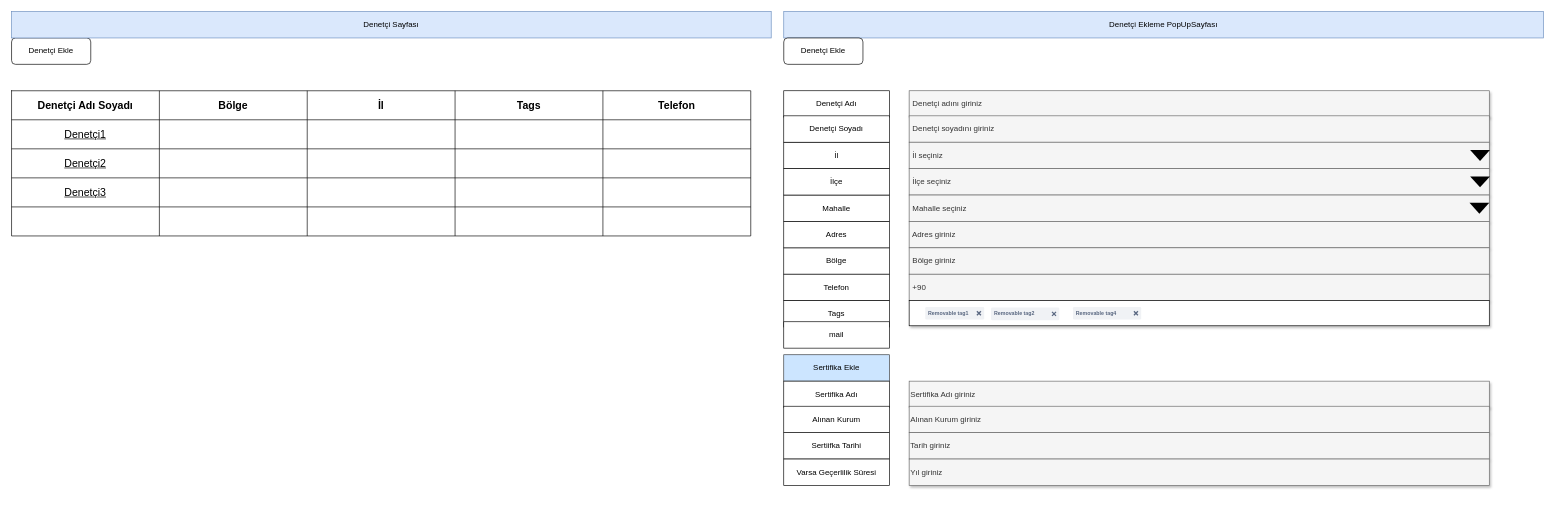
Above: page "Denetçi" (2 of 4) of Defining Pages.drawio in baydioglu/draw.io (draw.io), before the change. Source tidied: cells renumbered, new cells numbered last; positions are measured from the earlier drawing's top-left corner, leaving out a move shared by most shapes. Both pictures are drawn from the tidied source at 66%, with x=0, y=0 at pixel (11, 11). Pictures stored in the file or linked from it are replaced by grey dashed boxes.
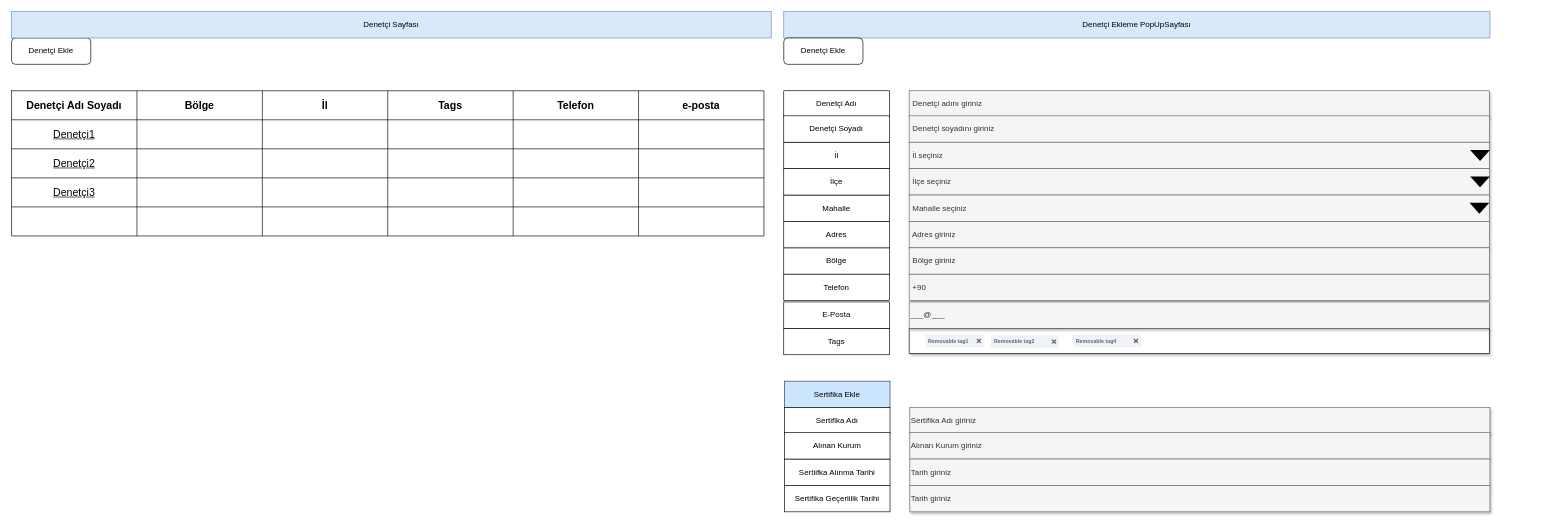
The same diagram, later.

Diff of the diagram source:
```diff
@@
     <mxCell id="4" style="shape=table;startSize=0;childLayout=tableLayout;fontSize=16;" parent="1" vertex="1">
-      <mxGeometry y="120" width="1120" height="220" as="geometry" />
+      <mxGeometry y="120" width="1140" height="220" as="geometry" />
     </mxCell>
     <mxCell id="5" style="shape=tableRow;horizontal=0;startSize=0;swimlaneHead=0;swimlaneBody=0;strokeColor=inherit;top=0;left=0;bottom=0;right=0;fillColor=none;fontSize=16;" parent="4" vertex="1">
-      <mxGeometry width="1120" height="44" as="geometry" />
+      <mxGeometry width="1140" height="44" as="geometry" />
     </mxCell>
     <mxCell id="6" value="Denetçi Adı Soyadı" style="shape=partialRectangle;html=1;whiteSpace=wrap;strokeColor=inherit;overflow=hidden;fillColor=none;top=0;left=0;bottom=0;right=0;fontSize=16;fontStyle=1;" parent="5" vertex="1">
-      <mxGeometry width="224" height="44" as="geometry" />
+      <mxGeometry width="190" height="44" as="geometry" />
     </mxCell>
     <mxCell id="7" value="Bölge" style="shape=partialRectangle;html=1;whiteSpace=wrap;strokeColor=inherit;overflow=hidden;fillColor=none;top=0;left=0;bottom=0;right=0;fontSize=16;fontStyle=1;" parent="5" vertex="1">
-      <mxGeometry x="224" width="224" height="44" as="geometry" />
+      <mxGeometry x="190" width="190" height="44" as="geometry" />
     </mxCell>
     <mxCell id="8" value="İl" style="shape=partialRectangle;html=1;whiteSpace=wrap;strokeColor=inherit;overflow=hidden;fillColor=none;top=0;left=0;bottom=0;right=0;fontSize=16;fontStyle=1;" parent="5" vertex="1">
-      <mxGeometry x="448" width="224" height="44" as="geometry" />
+      <mxGeometry x="380" width="190" height="44" as="geometry" />
     </mxCell>
     <mxCell id="9" value="Tags" style="shape=partialRectangle;html=1;whiteSpace=wrap;strokeColor=inherit;overflow=hidden;fillColor=none;top=0;left=0;bottom=0;right=0;fontSize=16;fontStyle=1;" parent="5" vertex="1">
-      <mxGeometry x="672" width="224" height="44" as="geometry" />
+      <mxGeometry x="570" width="190" height="44" as="geometry" />
     </mxCell>
     <mxCell id="10" value="Telefon" style="shape=partialRectangle;html=1;whiteSpace=wrap;strokeColor=inherit;overflow=hidden;fillColor=none;top=0;left=0;bottom=0;right=0;fontSize=16;fontStyle=1;" parent="5" vertex="1">
-      <mxGeometry x="896" width="224" height="44" as="geometry" />
+      <mxGeometry x="760" width="190" height="44" as="geometry" />
     </mxCell>
+    <mxCell id="77" value="e-posta" style="shape=partialRectangle;html=1;whiteSpace=wrap;strokeColor=inherit;overflow=hidden;fillColor=none;top=0;left=0;bottom=0;right=0;fontSize=16;fontStyle=1;" parent="5" vertex="1">
+      <mxGeometry x="950" width="190" height="44" as="geometry" />
+    </mxCell>
     <mxCell id="11" style="shape=tableRow;horizontal=0;startSize=0;swimlaneHead=0;swimlaneBody=0;strokeColor=inherit;top=0;left=0;bottom=0;right=0;fillColor=none;fontSize=16;" parent="4" vertex="1">
-      <mxGeometry y="44" width="1120" height="44" as="geometry" />
+      <mxGeometry y="44" width="1140" height="44" as="geometry" />
     </mxCell>
     <mxCell id="12" value="Denetçi1" style="shape=partialRectangle;html=1;whiteSpace=wrap;strokeColor=inherit;overflow=hidden;fillColor=none;top=0;left=0;bottom=0;right=0;fontSize=16;fontStyle=4;" parent="11" vertex="1">
-      <mxGeometry width="224" height="44" as="geometry" />
+      <mxGeometry width="190" height="44" as="geometry" />
     </mxCell>
     <mxCell id="13" style="shape=partialRectangle;html=1;whiteSpace=wrap;strokeColor=inherit;overflow=hidden;fillColor=none;top=0;left=0;bottom=0;right=0;fontSize=16;" parent="11" vertex="1">
-      <mxGeometry x="224" width="224" height="44" as="geometry" />
+      <mxGeometry x="190" width="190" height="44" as="geometry" />
     </mxCell>
     <mxCell id="14" style="shape=partialRectangle;html=1;whiteSpace=wrap;strokeColor=inherit;overflow=hidden;fillColor=none;top=0;left=0;bottom=0;right=0;fontSize=16;" parent="11" vertex="1">
-      <mxGeometry x="448" width="224" height="44" as="geometry" />
+      <mxGeometry x="380" width="190" height="44" as="geometry" />
     </mxCell>
     <mxCell id="15" style="shape=partialRectangle;html=1;whiteSpace=wrap;strokeColor=inherit;overflow=hidden;fillColor=none;top=0;left=0;bottom=0;right=0;fontSize=16;" parent="11" vertex="1">
-      <mxGeometry x="672" width="224" height="44" as="geometry" />
+      <mxGeometry x="570" width="190" height="44" as="geometry" />
     </mxCell>
     <mxCell id="16" style="shape=partialRectangle;html=1;whiteSpace=wrap;strokeColor=inherit;overflow=hidden;fillColor=none;top=0;left=0;bottom=0;right=0;fontSize=16;" parent="11" vertex="1">
-      <mxGeometry x="896" width="224" height="44" as="geometry" />
+      <mxGeometry x="760" width="190" height="44" as="geometry" />
     </mxCell>
+    <mxCell id="78" style="shape=partialRectangle;html=1;whiteSpace=wrap;strokeColor=inherit;overflow=hidden;fillColor=none;top=0;left=0;bottom=0;right=0;fontSize=16;" parent="11" vertex="1">
+      <mxGeometry x="950" width="190" height="44" as="geometry" />
+    </mxCell>
     <mxCell id="17" style="shape=tableRow;horizontal=0;startSize=0;swimlaneHead=0;swimlaneBody=0;strokeColor=inherit;top=0;left=0;bottom=0;right=0;fillColor=none;fontSize=16;" parent="4" vertex="1">
-      <mxGeometry y="88" width="1120" height="44" as="geometry" />
+      <mxGeometry y="88" width="1140" height="44" as="geometry" />
     </mxCell>
     <mxCell id="18" value="Denetçi2" style="shape=partialRectangle;html=1;whiteSpace=wrap;strokeColor=inherit;overflow=hidden;fillColor=none;top=0;left=0;bottom=0;right=0;fontSize=16;fontStyle=4;" parent="17" vertex="1">
-      <mxGeometry width="224" height="44" as="geometry" />
+      <mxGeometry width="190" height="44" as="geometry" />
     </mxCell>
     <mxCell id="19" style="shape=partialRectangle;html=1;whiteSpace=wrap;strokeColor=inherit;overflow=hidden;fillColor=none;top=0;left=0;bottom=0;right=0;fontSize=16;" parent="17" vertex="1">
-      <mxGeometry x="224" width="224" height="44" as="geometry" />
+      <mxGeometry x="190" width="190" height="44" as="geometry" />
     </mxCell>
     <mxCell id="20" style="shape=partialRectangle;html=1;whiteSpace=wrap;strokeColor=inherit;overflow=hidden;fillColor=none;top=0;left=0;bottom=0;right=0;fontSize=16;" parent="17" vertex="1">
-      <mxGeometry x="448" width="224" height="44" as="geometry" />
+      <mxGeometry x="380" width="190" height="44" as="geometry" />
     </mxCell>
     <mxCell id="21" style="shape=partialRectangle;html=1;whiteSpace=wrap;strokeColor=inherit;overflow=hidden;fillColor=none;top=0;left=0;bottom=0;right=0;fontSize=16;" parent="17" vertex="1">
-      <mxGeometry x="672" width="224" height="44" as="geometry" />
+      <mxGeometry x="570" width="190" height="44" as="geometry" />
     </mxCell>
     <mxCell id="22" style="shape=partialRectangle;html=1;whiteSpace=wrap;strokeColor=inherit;overflow=hidden;fillColor=none;top=0;left=0;bottom=0;right=0;fontSize=16;" parent="17" vertex="1">
-      <mxGeometry x="896" width="224" height="44" as="geometry" />
+      <mxGeometry x="760" width="190" height="44" as="geometry" />
     </mxCell>
+    <mxCell id="79" style="shape=partialRectangle;html=1;whiteSpace=wrap;strokeColor=inherit;overflow=hidden;fillColor=none;top=0;left=0;bottom=0;right=0;fontSize=16;" parent="17" vertex="1">
+      <mxGeometry x="950" width="190" height="44" as="geometry" />
+    </mxCell>
     <mxCell id="23" style="shape=tableRow;horizontal=0;startSize=0;swimlaneHead=0;swimlaneBody=0;strokeColor=inherit;top=0;left=0;bottom=0;right=0;fillColor=none;fontSize=16;" parent="4" vertex="1">
-      <mxGeometry y="132" width="1120" height="44" as="geometry" />
+      <mxGeometry y="132" width="1140" height="44" as="geometry" />
     </mxCell>
     <mxCell id="24" value="Denetçi3" style="shape=partialRectangle;html=1;whiteSpace=wrap;strokeColor=inherit;overflow=hidden;fillColor=none;top=0;left=0;bottom=0;right=0;fontSize=16;fontStyle=4;" parent="23" vertex="1">
-      <mxGeometry width="224" height="44" as="geometry" />
+      <mxGeometry width="190" height="44" as="geometry" />
     </mxCell>
     <mxCell id="25" style="shape=partialRectangle;html=1;whiteSpace=wrap;strokeColor=inherit;overflow=hidden;fillColor=none;top=0;left=0;bottom=0;right=0;fontSize=16;" parent="23" vertex="1">
-      <mxGeometry x="224" width="224" height="44" as="geometry" />
+      <mxGeometry x="190" width="190" height="44" as="geometry" />
     </mxCell>
     <mxCell id="26" style="shape=partialRectangle;html=1;whiteSpace=wrap;strokeColor=inherit;overflow=hidden;fillColor=none;top=0;left=0;bottom=0;right=0;fontSize=16;" parent="23" vertex="1">
-      <mxGeometry x="448" width="224" height="44" as="geometry" />
+      <mxGeometry x="380" width="190" height="44" as="geometry" />
     </mxCell>
     <mxCell id="27" style="shape=partialRectangle;html=1;whiteSpace=wrap;strokeColor=inherit;overflow=hidden;fillColor=none;top=0;left=0;bottom=0;right=0;fontSize=16;" parent="23" vertex="1">
-      <mxGeometry x="672" width="224" height="44" as="geometry" />
+      <mxGeometry x="570" width="190" height="44" as="geometry" />
     </mxCell>
     <mxCell id="28" style="shape=partialRectangle;html=1;whiteSpace=wrap;strokeColor=inherit;overflow=hidden;fillColor=none;top=0;left=0;bottom=0;right=0;fontSize=16;" parent="23" vertex="1">
-      <mxGeometry x="896" width="224" height="44" as="geometry" />
+      <mxGeometry x="760" width="190" height="44" as="geometry" />
     </mxCell>
+    <mxCell id="80" style="shape=partialRectangle;html=1;whiteSpace=wrap;strokeColor=inherit;overflow=hidden;fillColor=none;top=0;left=0;bottom=0;right=0;fontSize=16;" parent="23" vertex="1">
+      <mxGeometry x="950" width="190" height="44" as="geometry" />
+    </mxCell>
     <mxCell id="29" style="shape=tableRow;horizontal=0;startSize=0;swimlaneHead=0;swimlaneBody=0;strokeColor=inherit;top=0;left=0;bottom=0;right=0;fillColor=none;fontSize=16;" parent="4" vertex="1">
-      <mxGeometry y="176" width="1120" height="44" as="geometry" />
+      <mxGeometry y="176" width="1140" height="44" as="geometry" />
     </mxCell>
     <mxCell id="30" style="shape=partialRectangle;html=1;whiteSpace=wrap;strokeColor=inherit;overflow=hidden;fillColor=none;top=0;left=0;bottom=0;right=0;fontSize=16;" parent="29" vertex="1">
-      <mxGeometry width="224" height="44" as="geometry" />
+      <mxGeometry width="190" height="44" as="geometry" />
     </mxCell>
     <mxCell id="31" style="shape=partialRectangle;html=1;whiteSpace=wrap;strokeColor=inherit;overflow=hidden;fillColor=none;top=0;left=0;bottom=0;right=0;fontSize=16;" parent="29" vertex="1">
-      <mxGeometry x="224" width="224" height="44" as="geometry" />
+      <mxGeometry x="190" width="190" height="44" as="geometry" />
     </mxCell>
     <mxCell id="32" style="shape=partialRectangle;html=1;whiteSpace=wrap;strokeColor=inherit;overflow=hidden;fillColor=none;top=0;left=0;bottom=0;right=0;fontSize=16;" parent="29" vertex="1">
-      <mxGeometry x="448" width="224" height="44" as="geometry" />
+      <mxGeometry x="380" width="190" height="44" as="geometry" />
     </mxCell>
     <mxCell id="33" style="shape=partialRectangle;html=1;whiteSpace=wrap;strokeColor=inherit;overflow=hidden;fillColor=none;top=0;left=0;bottom=0;right=0;fontSize=16;" parent="29" vertex="1">
-      <mxGeometry x="672" width="224" height="44" as="geometry" />
+      <mxGeometry x="570" width="190" height="44" as="geometry" />
     </mxCell>
     <mxCell id="34" style="shape=partialRectangle;html=1;whiteSpace=wrap;strokeColor=inherit;overflow=hidden;fillColor=none;top=0;left=0;bottom=0;right=0;fontSize=16;" parent="29" vertex="1">
-      <mxGeometry x="896" width="224" height="44" as="geometry" />
+      <mxGeometry x="760" width="190" height="44" as="geometry" />
     </mxCell>
+    <mxCell id="81" style="shape=partialRectangle;html=1;whiteSpace=wrap;strokeColor=inherit;overflow=hidden;fillColor=none;top=0;left=0;bottom=0;right=0;fontSize=16;" parent="29" vertex="1">
+      <mxGeometry x="950" width="190" height="44" as="geometry" />
+    </mxCell>
@@
     <mxCell id="46" value="Tags" style="rounded=0;whiteSpace=wrap;html=1;" parent="1" vertex="1">
-      <mxGeometry x="1170" y="438" width="160" height="40" as="geometry" />
+      <mxGeometry x="1170" y="480" width="160" height="40" as="geometry" />
     </mxCell>
     <mxCell id="47" value="Denetçi Ekleme PopUpSayfası" style="rounded=0;whiteSpace=wrap;html=1;fillColor=#dae8fc;strokeColor=#6c8ebf;" parent="1" vertex="1">
-      <mxGeometry x="1170" width="1151" height="40" as="geometry" />
+      <mxGeometry x="1170" width="1070" height="40" as="geometry" />
     </mxCell>
@@
     <mxCell id="55" style="group;" parent="1" vertex="1">
-      <mxGeometry x="1360" y="438" width="879" height="40" as="geometry" />
+      <mxGeometry x="1360" y="480" width="879" height="40" as="geometry" />
     </mxCell>
@@
     <mxCell id="67" value="Sertifika Ekle" style="rounded=0;whiteSpace=wrap;html=1;fillColor=#cce5ff;strokeColor=#36393d;" parent="1" vertex="1">
-      <mxGeometry x="1170" y="520" width="160" height="40" as="geometry" />
+      <mxGeometry x="1171" y="560" width="160" height="40" as="geometry" />
     </mxCell>
     <mxCell id="68" value="Sertifika Adı" style="rounded=0;whiteSpace=wrap;html=1;" parent="1" vertex="1">
-      <mxGeometry x="1170" y="560" width="160" height="40" as="geometry" />
+      <mxGeometry x="1171" y="600" width="160" height="40" as="geometry" />
     </mxCell>
-    <mxCell id="69" value="Sertiifka Tarihi" style="rounded=0;whiteSpace=wrap;html=1;" parent="1" vertex="1">
-      <mxGeometry x="1170" y="638" width="160" height="40" as="geometry" />
+    <mxCell id="69" value="Sertiifka Alınma Tarihi" style="rounded=0;whiteSpace=wrap;html=1;" parent="1" vertex="1">
+      <mxGeometry x="1171" y="678" width="160" height="40" as="geometry" />
     </mxCell>
     <mxCell id="70" value="Alınan Kurum" style="rounded=0;whiteSpace=wrap;html=1;" parent="1" vertex="1">
-      <mxGeometry x="1170" y="598" width="160" height="40" as="geometry" />
+      <mxGeometry x="1171" y="638" width="160" height="40" as="geometry" />
     </mxCell>
     <mxCell id="71" value="&lt;span style=&quot;&quot;&gt; &lt;/span&gt;Sertifika Adı&amp;nbsp;giriniz" style="rounded=0;whiteSpace=wrap;html=1;shadow=1;fillColor=#f5f5f5;fontColor=#333333;strokeColor=#666666;align=left;" parent="1" vertex="1">
-      <mxGeometry x="1360" y="560" width="879" height="40" as="geometry" />
+      <mxGeometry x="1361" y="600" width="879" height="40" as="geometry" />
     </mxCell>
     <mxCell id="72" value="&lt;span style=&quot;&quot;&gt; &lt;/span&gt;Alınan Kurum&amp;nbsp;giriniz" style="rounded=0;whiteSpace=wrap;html=1;shadow=1;fillColor=#f5f5f5;fontColor=#333333;strokeColor=#666666;align=left;" parent="1" vertex="1">
-      <mxGeometry x="1360" y="598" width="879" height="40" as="geometry" />
+      <mxGeometry x="1361" y="638" width="879" height="40" as="geometry" />
     </mxCell>
     <mxCell id="73" value="Tarih giriniz" style="rounded=0;whiteSpace=wrap;html=1;shadow=1;fillColor=#f5f5f5;fontColor=#333333;strokeColor=#666666;align=left;" parent="1" vertex="1">
-      <mxGeometry x="1360" y="638" width="879" height="40" as="geometry" />
+      <mxGeometry x="1361" y="678" width="879" height="40" as="geometry" />
     </mxCell>
-    <mxCell id="74" value="Varsa Geçerlilik Süresi" style="rounded=0;whiteSpace=wrap;html=1;" parent="1" vertex="1">
-      <mxGeometry x="1170" y="678" width="160" height="40" as="geometry" />
+    <mxCell id="74" value="Sertifika Geçerlilik Tarihi" style="rounded=0;whiteSpace=wrap;html=1;" parent="1" vertex="1">
+      <mxGeometry x="1171" y="718" width="160" height="40" as="geometry" />
     </mxCell>
-    <mxCell id="75" value="Yıl giriniz" style="rounded=0;whiteSpace=wrap;html=1;shadow=1;fillColor=#f5f5f5;fontColor=#333333;strokeColor=#666666;align=left;" parent="1" vertex="1">
-      <mxGeometry x="1360" y="678" width="879" height="40" as="geometry" />
+    <mxCell id="75" value="Tarih giriniz" style="rounded=0;whiteSpace=wrap;html=1;shadow=1;fillColor=#f5f5f5;fontColor=#333333;strokeColor=#666666;align=left;" parent="1" vertex="1">
+      <mxGeometry x="1361" y="718" width="879" height="40" as="geometry" />
     </mxCell>
-    <mxCell id="76" value="mail" style="rounded=0;whiteSpace=wrap;html=1;" parent="1" vertex="1">
-      <mxGeometry x="1170" y="470" width="160" height="40" as="geometry" />
-    </mxCell>
+    <mxCell id="82" value="E-Posta" style="rounded=0;whiteSpace=wrap;html=1;" parent="1" vertex="1">
+      <mxGeometry x="1170" y="440" width="160" height="40" as="geometry" />
+    </mxCell>
+    <mxCell id="83" value="&lt;span style=&quot;white-space: pre;&quot;&gt;___@___&lt;/span&gt;" style="rounded=0;whiteSpace=wrap;html=1;shadow=1;fillColor=#f5f5f5;fontColor=#333333;strokeColor=#666666;align=left;" parent="1" vertex="1">
+      <mxGeometry x="1360" y="440" width="879" height="40" as="geometry" />
+    </mxCell>
```
